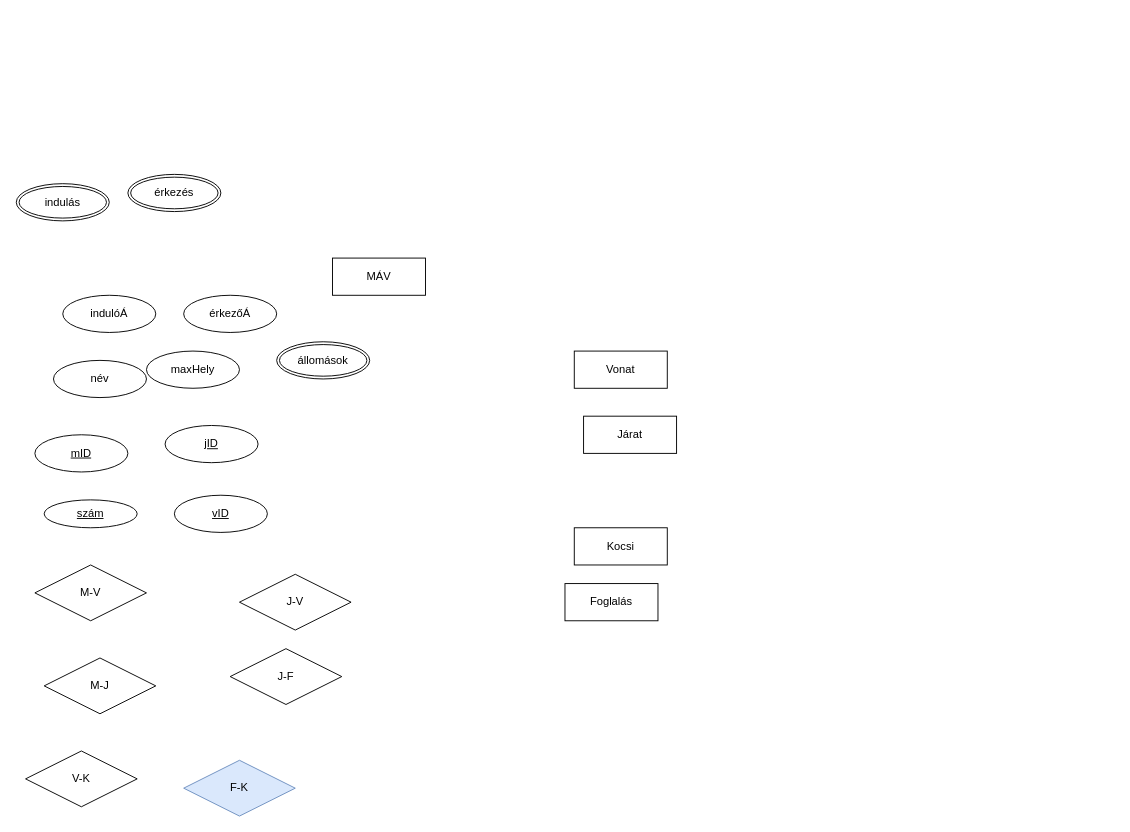
Above: HEPMIU_0927/hepmiu_3.6.drawio in urbanoliver/HEPMIU_DB1Gyak (draw.io), before the change. Source tidied: cells renumbered, new cells numbered last; positions are measured from the earlier drawing's top-left corner, leaving out a move shared by most shapes. Both pictures are drawn from the tidied source at 93%, with x=0, y=0 at pixel (16, 174).
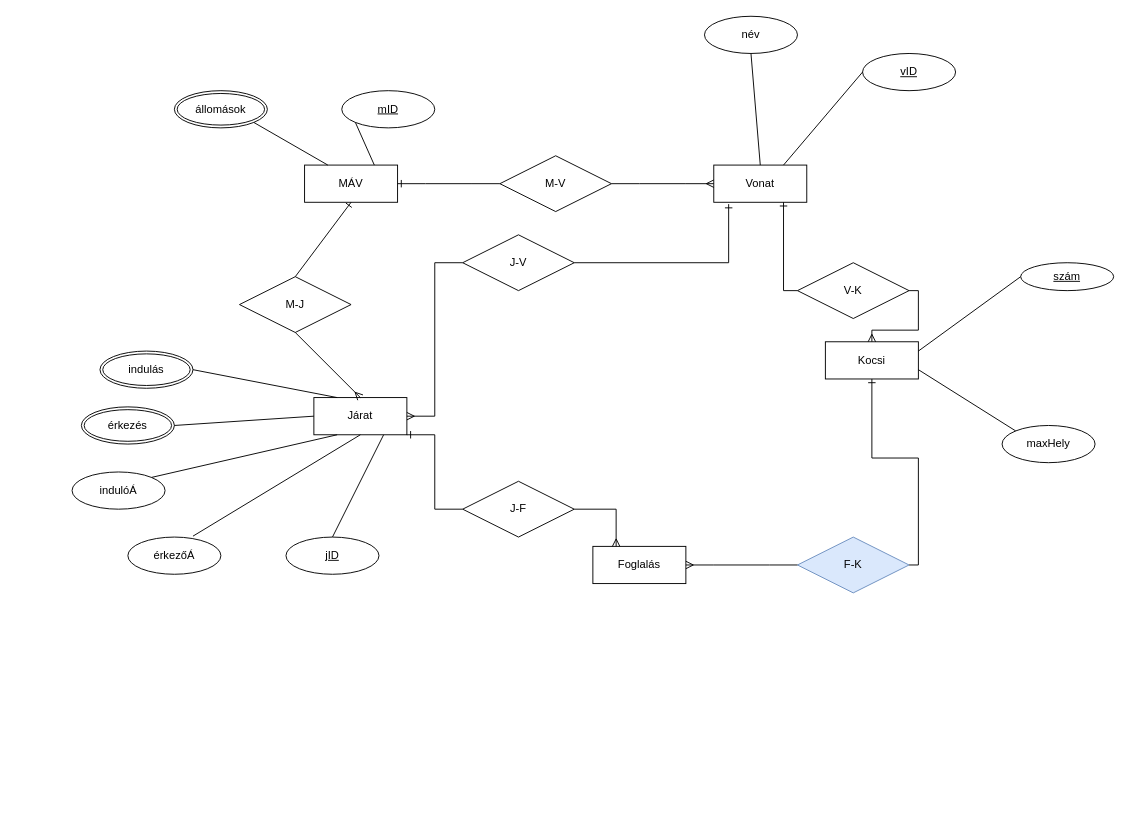
Above is the later version.

Change to the diagram source:
```diff
@@
     <mxCell id="2" value="Vonat" style="whiteSpace=wrap;html=1;align=center;" parent="1" vertex="1">
-      <mxGeometry x="600" y="190" width="100" height="40" as="geometry" />
+      <mxGeometry x="750" y="-10" width="100" height="40" as="geometry" />
     </mxCell>
     <mxCell id="3" value="Járat" style="whiteSpace=wrap;html=1;align=center;" parent="1" vertex="1">
-      <mxGeometry x="610" y="260" width="100" height="40" as="geometry" />
+      <mxGeometry x="320" y="240" width="100" height="40" as="geometry" />
     </mxCell>
     <mxCell id="4" value="MÁV" style="whiteSpace=wrap;html=1;align=center;" parent="1" vertex="1">
-      <mxGeometry x="340" y="90" width="100" height="40" as="geometry" />
+      <mxGeometry x="310" y="-10" width="100" height="40" as="geometry" />
     </mxCell>
     <mxCell id="5" value="Kocsi" style="whiteSpace=wrap;html=1;align=center;" parent="1" vertex="1">
-      <mxGeometry x="600" y="380" width="100" height="40" as="geometry" />
+      <mxGeometry x="870" y="180" width="100" height="40" as="geometry" />
     </mxCell>
     <mxCell id="6" value="Foglalás" style="whiteSpace=wrap;html=1;align=center;" parent="1" vertex="1">
-      <mxGeometry x="590" y="440" width="100" height="40" as="geometry" />
+      <mxGeometry x="620" y="400" width="100" height="40" as="geometry" />
     </mxCell>
     <mxCell id="7" value="indulóÁ" style="ellipse;whiteSpace=wrap;html=1;align=center;" parent="1" vertex="1">
-      <mxGeometry x="50" y="130" width="100" height="40" as="geometry" />
+      <mxGeometry x="60" y="320" width="100" height="40" as="geometry" />
     </mxCell>
     <mxCell id="8" value="érkezőÁ" style="ellipse;whiteSpace=wrap;html=1;align=center;" parent="1" vertex="1">
-      <mxGeometry x="180" y="130" width="100" height="40" as="geometry" />
+      <mxGeometry x="120" y="390" width="100" height="40" as="geometry" />
     </mxCell>
     <mxCell id="9" value="név" style="ellipse;whiteSpace=wrap;html=1;align=center;" parent="1" vertex="1">
-      <mxGeometry x="40" y="200" width="100" height="40" as="geometry" />
+      <mxGeometry x="740" y="-170" width="100" height="40" as="geometry" />
     </mxCell>
     <mxCell id="10" value="maxHely" style="ellipse;whiteSpace=wrap;html=1;align=center;" parent="1" vertex="1">
-      <mxGeometry x="140" y="190" width="100" height="40" as="geometry" />
+      <mxGeometry x="1060" y="270" width="100" height="40" as="geometry" />
     </mxCell>
     <mxCell id="11" value="mID" style="ellipse;whiteSpace=wrap;html=1;align=center;fontStyle=4;" parent="1" vertex="1">
-      <mxGeometry x="20" y="280" width="100" height="40" as="geometry" />
+      <mxGeometry x="350" y="-90" width="100" height="40" as="geometry" />
     </mxCell>
     <mxCell id="12" value="jID" style="ellipse;whiteSpace=wrap;html=1;align=center;fontStyle=4;" parent="1" vertex="1">
-      <mxGeometry x="160" y="270" width="100" height="40" as="geometry" />
+      <mxGeometry x="290" y="390" width="100" height="40" as="geometry" />
     </mxCell>
     <mxCell id="13" value="szám" style="ellipse;whiteSpace=wrap;html=1;align=center;fontStyle=4;" parent="1" vertex="1">
-      <mxGeometry x="30" y="350" width="100" height="30" as="geometry" />
+      <mxGeometry x="1080" y="95" width="100" height="30" as="geometry" />
     </mxCell>
     <mxCell id="14" value="vID" style="ellipse;whiteSpace=wrap;html=1;align=center;fontStyle=4;" parent="1" vertex="1">
-      <mxGeometry x="170" y="345" width="100" height="40" as="geometry" />
+      <mxGeometry x="910" y="-130" width="100" height="40" as="geometry" />
     </mxCell>
     <mxCell id="15" value="M-V" style="shape=rhombus;perimeter=rhombusPerimeter;whiteSpace=wrap;html=1;align=center;" parent="1" vertex="1">
-      <mxGeometry x="20" y="420" width="120" height="60" as="geometry" />
+      <mxGeometry x="520" y="-20" width="120" height="60" as="geometry" />
     </mxCell>
     <mxCell id="16" value="M-J" style="shape=rhombus;perimeter=rhombusPerimeter;whiteSpace=wrap;html=1;align=center;" parent="1" vertex="1">
-      <mxGeometry x="30" y="520" width="120" height="60" as="geometry" />
+      <mxGeometry x="240" y="110" width="120" height="60" as="geometry" />
     </mxCell>
     <mxCell id="17" value="J-V" style="shape=rhombus;perimeter=rhombusPerimeter;whiteSpace=wrap;html=1;align=center;" parent="1" vertex="1">
-      <mxGeometry x="240" y="430" width="120" height="60" as="geometry" />
+      <mxGeometry x="480" y="65" width="120" height="60" as="geometry" />
     </mxCell>
     <mxCell id="18" value="V-K" style="shape=rhombus;perimeter=rhombusPerimeter;whiteSpace=wrap;html=1;align=center;" parent="1" vertex="1">
-      <mxGeometry x="10" y="620" width="120" height="60" as="geometry" />
+      <mxGeometry x="840" y="95" width="120" height="60" as="geometry" />
     </mxCell>
     <mxCell id="19" value="J-F" style="shape=rhombus;perimeter=rhombusPerimeter;whiteSpace=wrap;html=1;align=center;" parent="1" vertex="1">
-      <mxGeometry x="230" y="510" width="120" height="60" as="geometry" />
+      <mxGeometry x="480" y="330" width="120" height="60" as="geometry" />
     </mxCell>
     <mxCell id="20" value="F-K" style="shape=rhombus;perimeter=rhombusPerimeter;whiteSpace=wrap;html=1;align=center;fillColor=#dae8fc;strokeColor=#6c8ebf;" parent="1" vertex="1">
-      <mxGeometry x="180" y="630" width="120" height="60" as="geometry" />
+      <mxGeometry x="840" y="390" width="120" height="60" as="geometry" />
     </mxCell>
     <mxCell id="21" value="indulás" style="ellipse;shape=doubleEllipse;margin=3;whiteSpace=wrap;html=1;align=center;" parent="1" vertex="1">
-      <mxGeometry y="10" width="100" height="40" as="geometry" />
+      <mxGeometry x="90" y="190" width="100" height="40" as="geometry" />
     </mxCell>
     <mxCell id="22" value="érkezés" style="ellipse;shape=doubleEllipse;margin=3;whiteSpace=wrap;html=1;align=center;" parent="1" vertex="1">
-      <mxGeometry x="120" width="100" height="40" as="geometry" />
+      <mxGeometry x="70" y="250" width="100" height="40" as="geometry" />
     </mxCell>
     <mxCell id="23" value="állomások" style="ellipse;shape=doubleEllipse;margin=3;whiteSpace=wrap;html=1;align=center;" parent="1" vertex="1">
-      <mxGeometry x="280" y="180" width="100" height="40" as="geometry" />
+      <mxGeometry x="170" y="-90" width="100" height="40" as="geometry" />
     </mxCell>
+    <mxCell id="24" style="endArrow=none;html=1;rounded=0;entryX=0.25;entryY=0;entryDx=0;entryDy=0;exitX=1;exitY=1;exitDx=0;exitDy=0;" parent="1" edge="1" source="23" target="4">
+      <mxGeometry relative="1" as="geometry" />
+    </mxCell>
+    <mxCell id="25" style="endArrow=none;html=1;rounded=0;entryX=0.75;entryY=0;entryDx=0;entryDy=0;exitX=0;exitY=1;exitDx=0;exitDy=0;" parent="1" edge="1" source="11" target="4">
+      <mxGeometry relative="1" as="geometry" />
+    </mxCell>
+    <mxCell id="26" style="endArrow=none;html=1;rounded=0;entryX=0.25;entryY=0;entryDx=0;entryDy=0;exitX=1;exitY=0.5;exitDx=0;exitDy=0;" parent="1" edge="1" source="21" target="3">
+      <mxGeometry relative="1" as="geometry" />
+    </mxCell>
+    <mxCell id="27" style="endArrow=none;html=1;rounded=0;entryX=0;entryY=0.5;entryDx=0;entryDy=0;exitX=1;exitY=0.5;exitDx=0;exitDy=0;" parent="1" edge="1" source="22" target="3">
+      <mxGeometry relative="1" as="geometry" />
+    </mxCell>
+    <mxCell id="28" style="endArrow=none;html=1;rounded=0;entryX=0.25;entryY=1;entryDx=0;entryDy=0;exitX=1;exitY=0;exitDx=0;exitDy=0;" parent="1" edge="1" source="7" target="3">
+      <mxGeometry relative="1" as="geometry" />
+    </mxCell>
+    <mxCell id="29" style="endArrow=none;html=1;rounded=0;entryX=0.5;entryY=1;entryDx=0;entryDy=0;exitX=0.7;exitY=-0.025;exitDx=0;exitDy=0;exitPerimeter=0;" parent="1" edge="1" source="8" target="3">
+      <mxGeometry relative="1" as="geometry" />
+    </mxCell>
+    <mxCell id="30" style="endArrow=none;html=1;rounded=0;entryX=0.75;entryY=1;entryDx=0;entryDy=0;exitX=0.5;exitY=0;exitDx=0;exitDy=0;" parent="1" edge="1" source="12" target="3">
+      <mxGeometry relative="1" as="geometry" />
+    </mxCell>
+    <mxCell id="31" style="endArrow=none;html=1;rounded=0;entryX=0.5;entryY=1;entryDx=0;entryDy=0;exitX=0.5;exitY=0;exitDx=0;exitDy=0;" parent="1" edge="1" source="2" target="9">
+      <mxGeometry relative="1" as="geometry" />
+    </mxCell>
+    <mxCell id="32" style="endArrow=none;html=1;rounded=0;entryX=0;entryY=0.5;entryDx=0;entryDy=0;exitX=0.75;exitY=0;exitDx=0;exitDy=0;" parent="1" edge="1" source="2" target="14">
+      <mxGeometry relative="1" as="geometry" />
+    </mxCell>
+    <mxCell id="33" style="endArrow=none;html=1;rounded=0;entryX=1;entryY=0.25;entryDx=0;entryDy=0;exitX=0;exitY=0.5;exitDx=0;exitDy=0;" parent="1" edge="1" source="13" target="5">
+      <mxGeometry relative="1" as="geometry" />
+    </mxCell>
+    <mxCell id="34" style="endArrow=none;html=1;rounded=0;entryX=1;entryY=0.75;entryDx=0;entryDy=0;exitX=0;exitY=0;exitDx=0;exitDy=0;" parent="1" edge="1" source="10" target="5">
+      <mxGeometry relative="1" as="geometry" />
+    </mxCell>
+    <mxCell id="35" style="fontSize=12;html=1;endArrow=ERone;endFill=1;rounded=0;exitX=0.5;exitY=0;exitDx=0;exitDy=0;entryX=0.5;entryY=1;entryDx=0;entryDy=0;" parent="1" edge="1" source="16" target="4">
+      <mxGeometry relative="1" as="geometry" />
+    </mxCell>
+    <mxCell id="36" style="fontSize=12;html=1;endArrow=ERmany;rounded=0;exitX=0.5;exitY=1;exitDx=0;exitDy=0;entryX=0.5;entryY=0;entryDx=0;entryDy=0;" parent="1" edge="1" source="16" target="3">
+      <mxGeometry relative="1" as="geometry" />
+    </mxCell>
+    <mxCell id="37" style="edgeStyle=entityRelationEdgeStyle;fontSize=12;html=1;endArrow=ERone;endFill=1;rounded=0;exitX=0;exitY=0.5;exitDx=0;exitDy=0;entryX=1;entryY=1;entryDx=0;entryDy=0;" parent="1" edge="1" source="19" target="3">
+      <mxGeometry relative="1" as="geometry" />
+    </mxCell>
+    <mxCell id="38" style="fontSize=12;html=1;endArrow=ERmany;rounded=0;exitX=1;exitY=0.5;exitDx=0;exitDy=0;entryX=0.25;entryY=0;entryDx=0;entryDy=0;edgeStyle=orthogonalEdgeStyle;" parent="1" edge="1" source="19" target="6">
+      <mxGeometry relative="1" as="geometry" />
+    </mxCell>
+    <mxCell id="39" style="edgeStyle=entityRelationEdgeStyle;fontSize=12;html=1;endArrow=ERmany;rounded=0;entryX=1;entryY=0.5;entryDx=0;entryDy=0;exitX=0;exitY=0.5;exitDx=0;exitDy=0;" parent="1" edge="1" source="20" target="6">
+      <mxGeometry relative="1" as="geometry" />
+    </mxCell>
+    <mxCell id="40" style="edgeStyle=orthogonalEdgeStyle;fontSize=12;html=1;endArrow=ERone;endFill=1;rounded=0;exitX=1;exitY=0.5;exitDx=0;exitDy=0;entryX=0.5;entryY=1;entryDx=0;entryDy=0;" parent="1" edge="1" source="20" target="5">
+      <mxGeometry relative="1" as="geometry" />
+    </mxCell>
+    <mxCell id="41" style="edgeStyle=orthogonalEdgeStyle;fontSize=12;html=1;endArrow=ERmany;rounded=0;exitX=1;exitY=0.5;exitDx=0;exitDy=0;entryX=0.5;entryY=0;entryDx=0;entryDy=0;" parent="1" edge="1" source="18" target="5">
+      <mxGeometry relative="1" as="geometry" />
+    </mxCell>
+    <mxCell id="42" style="edgeStyle=orthogonalEdgeStyle;fontSize=12;html=1;endArrow=ERone;endFill=1;rounded=0;exitX=0;exitY=0.5;exitDx=0;exitDy=0;entryX=0.75;entryY=1;entryDx=0;entryDy=0;" parent="1" edge="1" source="18" target="2">
+      <mxGeometry relative="1" as="geometry" />
+    </mxCell>
+    <mxCell id="43" style="edgeStyle=orthogonalEdgeStyle;fontSize=12;html=1;endArrow=ERone;endFill=1;rounded=0;exitX=1;exitY=0.5;exitDx=0;exitDy=0;entryX=0.16;entryY=1.05;entryDx=0;entryDy=0;entryPerimeter=0;" parent="1" edge="1" source="17" target="2">
+      <mxGeometry relative="1" as="geometry" />
+    </mxCell>
+    <mxCell id="44" style="edgeStyle=entityRelationEdgeStyle;fontSize=12;html=1;endArrow=ERmany;rounded=0;exitX=1;exitY=0.5;exitDx=0;exitDy=0;entryX=0;entryY=0.5;entryDx=0;entryDy=0;" parent="1" edge="1" source="15" target="2">
+      <mxGeometry relative="1" as="geometry" />
+    </mxCell>
+    <mxCell id="45" style="edgeStyle=entityRelationEdgeStyle;fontSize=12;html=1;endArrow=ERmany;rounded=0;exitX=0;exitY=0.5;exitDx=0;exitDy=0;entryX=1;entryY=0.5;entryDx=0;entryDy=0;" parent="1" edge="1" source="17" target="3">
+      <mxGeometry relative="1" as="geometry" />
+    </mxCell>
+    <mxCell id="46" style="edgeStyle=entityRelationEdgeStyle;fontSize=12;html=1;endArrow=ERone;endFill=1;rounded=0;exitX=0;exitY=0.5;exitDx=0;exitDy=0;" parent="1" edge="1" source="15" target="4">
+      <mxGeometry relative="1" as="geometry" />
+    </mxCell>
```
